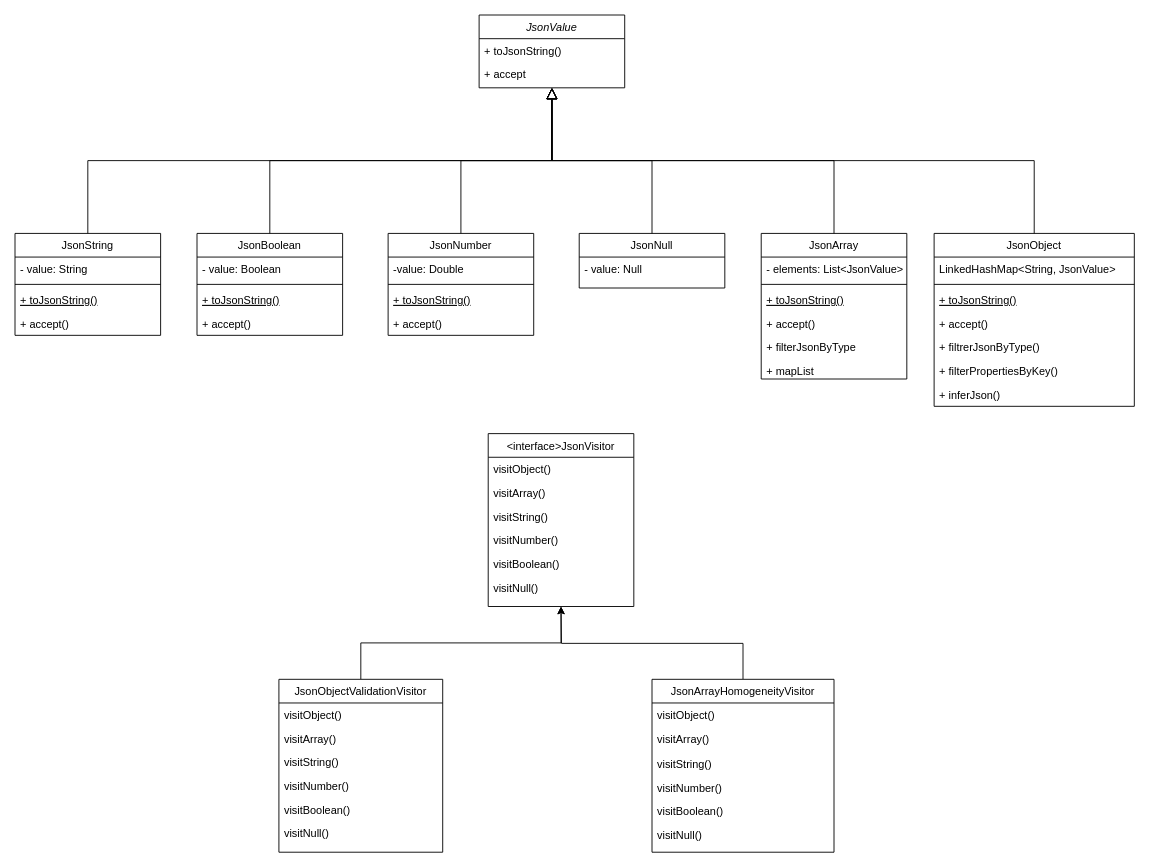
Above: Class_diagram/ClassDiagram.drawio in aledanna00/ProgettoPA (draw.io), before the change. Source tidied: cells renumbered, new cells numbered last; positions are measured from the earlier drawing's top-left corner, leaving out a move shared by most shapes. Both pictures are drawn from the tidied source at 91%, with x=0, y=0 at pixel (15, 15).
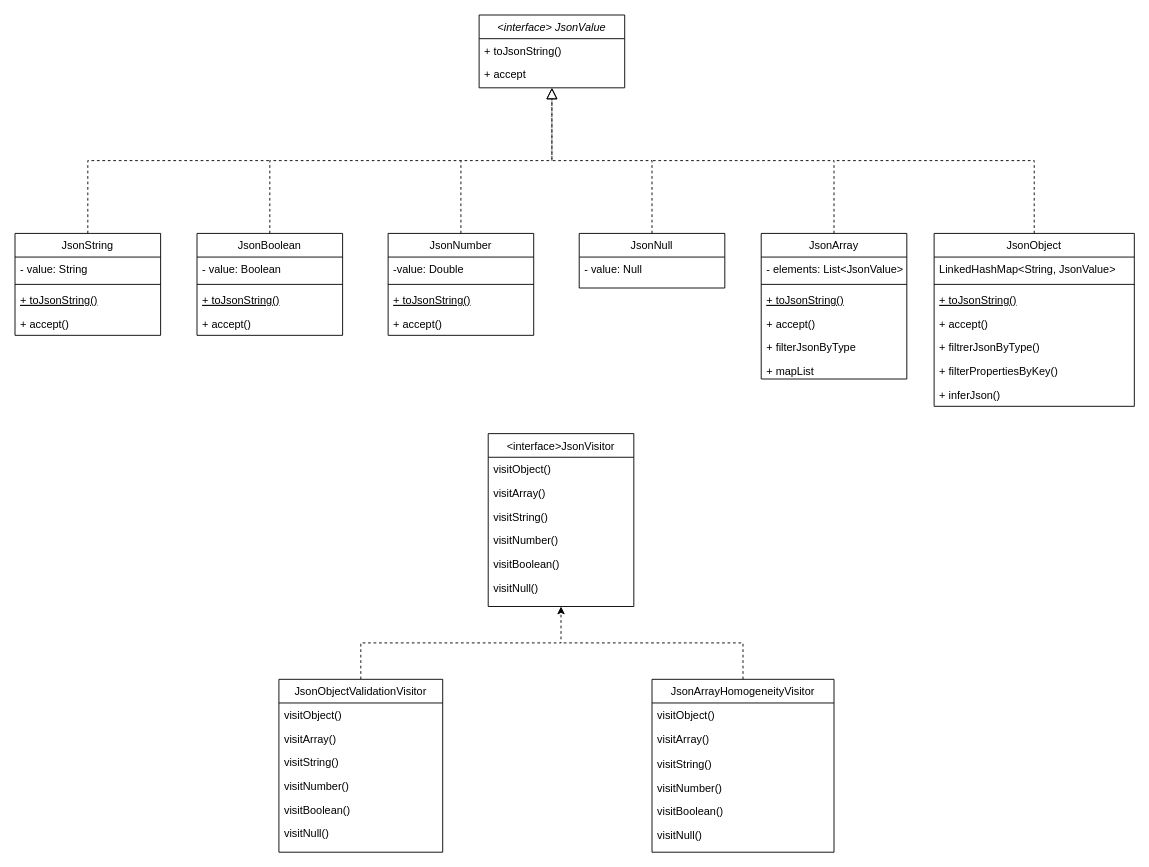
The same page after the edit.

Commit message:
Class diagram update

The change refers to these unchanged cells:
```xml
<mxCell id="5" value="JsonNumber" style="swimlane;fontStyle=0;align=center;verticalAlign=top;horizontal=1;startSize=26;rounded=0;shadow=0;strokeWidth=1;" parent="1" vertex="1">
  <mxGeometry x="410" y="240" width="160" height="112" as="geometry" />
</mxCell>
<mxCell id="11" value="JsonNull" style="swimlane;fontStyle=0;align=center;verticalAlign=top;horizontal=1;startSize=26;rounded=0;shadow=0;strokeWidth=1;" parent="1" vertex="1">
  <mxGeometry x="620" y="240" width="160" height="60" as="geometry" />
</mxCell>
<mxCell id="15" value="JsonObjectValidationVisitor" style="swimlane;fontStyle=0;align=center;verticalAlign=top;horizontal=1;startSize=26;rounded=0;shadow=0;strokeWidth=1;" parent="1" vertex="1">
  <mxGeometry x="290" y="730" width="180" height="190" as="geometry" />
</mxCell>
<mxCell id="22" value="JsonArray" style="swimlane;fontStyle=0;align=center;verticalAlign=top;horizontal=1;startSize=26;rounded=0;shadow=0;strokeWidth=1;" parent="1" vertex="1">
  <mxGeometry x="820" y="240" width="160" height="160" as="geometry" />
</mxCell>
<mxCell id="29" value="JsonBoolean" style="swimlane;fontStyle=0;align=center;verticalAlign=top;horizontal=1;startSize=26;rounded=0;shadow=0;strokeWidth=1;" parent="1" vertex="1">
  <mxGeometry x="200" y="240" width="160" height="112" as="geometry" />
</mxCell>
<mxCell id="34" value="JsonString" style="swimlane;fontStyle=0;align=center;verticalAlign=top;horizontal=1;startSize=26;rounded=0;shadow=0;strokeWidth=1;" parent="1" vertex="1">
  <mxGeometry y="240" width="160" height="112" as="geometry" />
</mxCell>
<mxCell id="42" value="JsonObject" style="swimlane;fontStyle=0;align=center;verticalAlign=top;horizontal=1;startSize=26;rounded=0;shadow=0;strokeWidth=1;" parent="1" vertex="1">
  <mxGeometry x="1010" y="240" width="220" height="190" as="geometry" />
</mxCell>
<mxCell id="51" value="&lt;interface&gt;JsonVisitor" style="swimlane;fontStyle=0;align=center;verticalAlign=top;horizontal=1;startSize=26;rounded=0;shadow=0;strokeWidth=1;" parent="1" vertex="1">
  <mxGeometry x="520" y="460" width="160" height="190" as="geometry" />
</mxCell>
<mxCell id="59" value="JsonArrayHomogeneityVisitor" style="swimlane;fontStyle=0;align=center;verticalAlign=top;horizontal=1;startSize=26;rounded=0;shadow=0;strokeWidth=1;" parent="1" vertex="1">
  <mxGeometry x="700" y="730" width="200" height="190" as="geometry" />
</mxCell>
```

The edit, as a diff of the source:
```diff
@@
-    <mxCell id="2" value="JsonValue" style="swimlane;fontStyle=2;align=center;verticalAlign=top;horizontal=1;startSize=26;rounded=0;shadow=0;strokeWidth=1;" parent="1" vertex="1">
+    <mxCell id="2" value="&lt;interface&gt; JsonValue" style="swimlane;fontStyle=2;align=center;verticalAlign=top;horizontal=1;startSize=26;rounded=0;shadow=0;strokeWidth=1;" parent="1" vertex="1">
       <mxGeometry x="510" width="160" height="80" as="geometry" />
     </mxCell>
@@
-    <mxCell id="10" style="endArrow=block;endSize=10;endFill=0;shadow=0;strokeWidth=1;rounded=0;curved=0;edgeStyle=elbowEdgeStyle;elbow=vertical;" parent="1" edge="1" source="5" target="2">
+    <mxCell id="10" style="endArrow=block;endSize=10;endFill=0;shadow=0;strokeWidth=1;rounded=0;curved=0;edgeStyle=elbowEdgeStyle;elbow=vertical;dashed=1;" parent="1" edge="1" source="5" target="2">
       <mxGeometry relative="1" as="geometry" />
     </mxCell>
@@
-    <mxCell id="13" style="endArrow=block;endSize=10;endFill=0;shadow=0;strokeWidth=1;rounded=0;curved=0;edgeStyle=elbowEdgeStyle;elbow=vertical;" parent="1" edge="1" source="11" target="2">
+    <mxCell id="13" style="endArrow=block;endSize=10;endFill=0;shadow=0;strokeWidth=1;rounded=0;curved=0;edgeStyle=elbowEdgeStyle;elbow=vertical;dashed=1;" parent="1" edge="1" source="11" target="2">
       <mxGeometry relative="1" as="geometry" />
     </mxCell>
-    <mxCell id="14" style="edgeStyle=orthogonalEdgeStyle;rounded=0;jettySize=auto;html=1;entryX=0.5;entryY=1;entryDx=0;entryDy=0;" parent="1" edge="1" source="15" target="51">
+    <mxCell id="14" style="edgeStyle=orthogonalEdgeStyle;rounded=0;jettySize=auto;html=1;entryX=0.5;entryY=1;entryDx=0;entryDy=0;dashed=1;" parent="1" edge="1" source="15" target="51">
       <mxGeometry relative="1" as="geometry">
         <Array as="points">
           <mxPoint x="380" y="690" />
           <mxPoint x="600" y="690" />
         </Array>
       </mxGeometry>
     </mxCell>
@@
-    <mxCell id="39" style="endArrow=block;endSize=10;endFill=0;shadow=0;strokeWidth=1;rounded=0;curved=0;edgeStyle=elbowEdgeStyle;elbow=vertical;exitX=0.5;exitY=0;exitDx=0;exitDy=0;" parent="1" edge="1" source="29">
+    <mxCell id="39" style="endArrow=none;endSize=10;endFill=0;shadow=0;strokeWidth=1;rounded=0;curved=0;edgeStyle=elbowEdgeStyle;elbow=vertical;exitX=0.5;exitY=0;exitDx=0;exitDy=0;dashed=1;startFill=0;" parent="1" edge="1" source="29">
       <mxGeometry relative="1" as="geometry">
-        <mxPoint x="590" y="80" as="targetPoint" />
+        <mxPoint x="490" y="160" as="targetPoint" />
         <Array as="points">
           <mxPoint x="460" y="160" />
         </Array>
       </mxGeometry>
     </mxCell>
-    <mxCell id="40" style="endArrow=block;endSize=10;endFill=0;shadow=0;strokeWidth=1;rounded=0;curved=0;edgeStyle=elbowEdgeStyle;elbow=vertical;" parent="1" edge="1" source="34">
+    <mxCell id="40" style="endArrow=none;endSize=10;endFill=0;shadow=0;strokeWidth=1;rounded=0;curved=0;edgeStyle=elbowEdgeStyle;elbow=vertical;dashed=1;startFill=0;" parent="1" edge="1" source="34">
       <mxGeometry relative="1" as="geometry">
-        <mxPoint x="590" y="80" as="targetPoint" />
+        <mxPoint x="280" y="160" as="targetPoint" />
         <Array as="points">
-          <mxPoint x="460" y="160" />
+          <mxPoint x="80" y="160" />
         </Array>
       </mxGeometry>
     </mxCell>
-    <mxCell id="41" style="endArrow=block;endSize=10;endFill=0;shadow=0;strokeWidth=1;rounded=0;curved=0;edgeStyle=elbowEdgeStyle;elbow=vertical;exitX=0.5;exitY=0;exitDx=0;exitDy=0;" parent="1" edge="1" source="22">
+    <mxCell id="41" style="endArrow=none;endSize=10;endFill=0;shadow=0;strokeWidth=1;rounded=0;curved=0;edgeStyle=elbowEdgeStyle;elbow=vertical;exitX=0.5;exitY=0;exitDx=0;exitDy=0;dashed=1;startFill=0;" parent="1" edge="1" source="22">
       <mxGeometry relative="1" as="geometry">
-        <mxPoint x="590" y="80" as="targetPoint" />
+        <mxPoint x="700" y="160" as="targetPoint" />
+        <Array as="points">
+          <mxPoint x="910" y="160" />
+        </Array>
       </mxGeometry>
     </mxCell>
@@
-    <mxCell id="50" style="endArrow=block;endSize=10;endFill=0;shadow=0;strokeWidth=1;rounded=0;curved=0;edgeStyle=elbowEdgeStyle;elbow=vertical;exitX=0.5;exitY=0;exitDx=0;exitDy=0;" parent="1" edge="1" source="42">
+    <mxCell id="50" style="endArrow=none;endFill=0;shadow=0;strokeWidth=1;rounded=0;curved=0;edgeStyle=elbowEdgeStyle;elbow=vertical;exitX=0.5;exitY=0;exitDx=0;exitDy=0;dashed=1;startFill=0;" parent="1" edge="1" source="42">
       <mxGeometry relative="1" as="geometry">
-        <mxPoint x="590" y="80" as="targetPoint" />
+        <mxPoint x="900" y="160" as="targetPoint" />
+        <Array as="points">
+          <mxPoint x="1120" y="160" />
+        </Array>
       </mxGeometry>
     </mxCell>
@@
-    <mxCell id="58" style="edgeStyle=orthogonalEdgeStyle;rounded=0;jettySize=auto;html=1;exitX=0.5;exitY=0;exitDx=0;exitDy=0;" parent="1" edge="1" source="59">
+    <mxCell id="58" style="edgeStyle=orthogonalEdgeStyle;rounded=0;jettySize=auto;html=1;exitX=0.5;exitY=0;exitDx=0;exitDy=0;dashed=1;endArrow=none;startFill=0;" parent="1" edge="1" source="59">
       <mxGeometry relative="1" as="geometry">
-        <mxPoint x="600" y="650" as="targetPoint" />
+        <mxPoint x="600" y="690" as="targetPoint" />
+        <Array as="points">
+          <mxPoint x="800" y="690" />
+          <mxPoint x="700" y="690" />
+        </Array>
       </mxGeometry>
     </mxCell>
```
